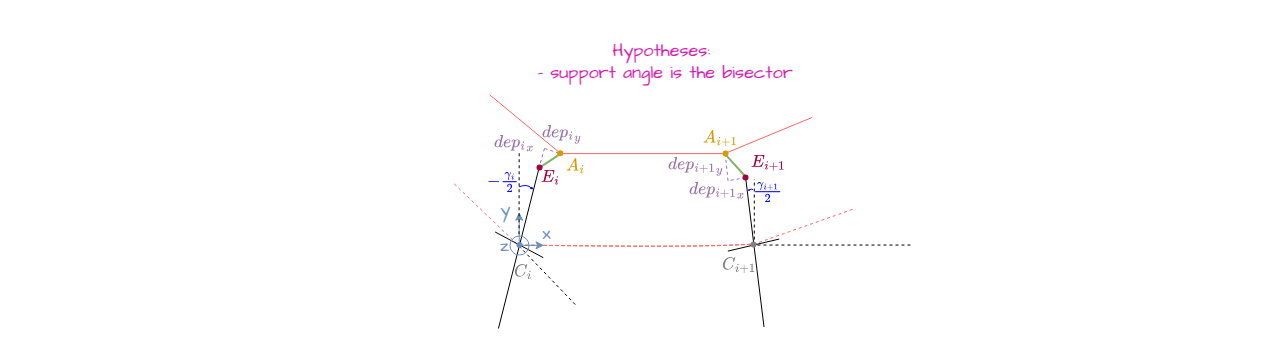
This is docs/user_guide/assets/angle_line_points.drawio.png from phlowers/mechaphlowers, a draw.io export, as it was before one commit. Source tidied: cells renumbered, new cells last; positions are measured from the earlier drawing's top-left corner, leaving out a move shared by most shapes.
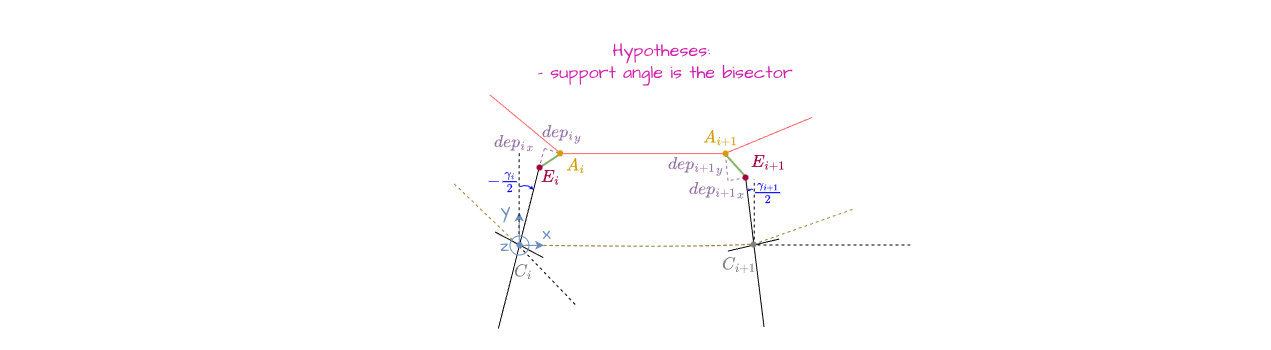
After the commit.

The edit, as a diff of the source:
```diff
@@ -17,7 +17,7 @@
         <mxPoint x="560.2" y="153.1" as="targetPoint" />
       </mxGeometry>
     </mxCell>
-    <mxCell id="6" style="endArrow=none;html=1;sketch=1;hachureGap=4;jiggle=2;curveFitting=1;fontFamily=Architects Daughter;fontSource=https%3A%2F%2Ffonts.googleapis.com%2Fcss%3Ffamily%3DArchitects%2BDaughter;fontSize=18;strokeColor=#FF6666;dashed=1;" parent="1" edge="1">
+    <mxCell id="6" style="endArrow=none;html=1;sketch=1;hachureGap=4;jiggle=2;curveFitting=1;fontFamily=Architects Daughter;fontSource=https%3A%2F%2Ffonts.googleapis.com%2Fcss%3Ffamily%3DArchitects%2BDaughter;fontSize=18;strokeColor=#9C833B;dashed=1;" parent="1" edge="1">
       <mxGeometry relative="1" as="geometry">
         <mxPoint x="755.9" y="243.6" as="sourcePoint" />
         <mxPoint x="516.5" y="244.5" as="targetPoint" />
@@ -35,7 +35,7 @@
         <mxPoint x="576.5" y="305.9" as="targetPoint" />
       </mxGeometry>
     </mxCell>
-    <mxCell id="9" style="endArrow=none;html=1;hachureGap=4;fontFamily=Architects Daughter;fontSource=https%3A%2F%2Ffonts.googleapis.com%2Fcss%3Ffamily%3DArchitects%2BDaughter;fontSize=18;strokeColor=#FF6666;dashed=1;" parent="1" edge="1">
+    <mxCell id="9" style="endArrow=none;html=1;hachureGap=4;fontFamily=Architects Daughter;fontSource=https%3A%2F%2Ffonts.googleapis.com%2Fcss%3Ffamily%3DArchitects%2BDaughter;fontSize=18;strokeColor=#9C833B;dashed=1;" parent="1" edge="1">
       <mxGeometry relative="1" as="geometry">
         <mxPoint x="516.5" y="243.6" as="sourcePoint" />
         <mxPoint x="452" y="181.8" as="targetPoint" />
@@ -86,7 +86,7 @@
         <mxPoint x="724.2" y="153.1" as="targetPoint" />
       </mxGeometry>
     </mxCell>
-    <mxCell id="19" style="endArrow=none;html=1;hachureGap=4;fontFamily=Architects Daughter;fontSource=https%3A%2F%2Ffonts.googleapis.com%2Fcss%3Ffamily%3DArchitects%2BDaughter;fontSize=18;strokeColor=#FF6666;rounded=1;curved=0;dashed=1;" parent="1" edge="1">
+    <mxCell id="19" style="endArrow=none;html=1;hachureGap=4;fontFamily=Architects Daughter;fontSource=https%3A%2F%2Ffonts.googleapis.com%2Fcss%3Ffamily%3DArchitects%2BDaughter;fontSize=18;strokeColor=#9C833B;rounded=1;curved=0;dashed=1;" parent="1" edge="1">
       <mxGeometry relative="1" as="geometry">
         <mxPoint x="852.1" y="208.9" as="sourcePoint" />
         <mxPoint x="753.7" y="243.6" as="targetPoint" />
```
